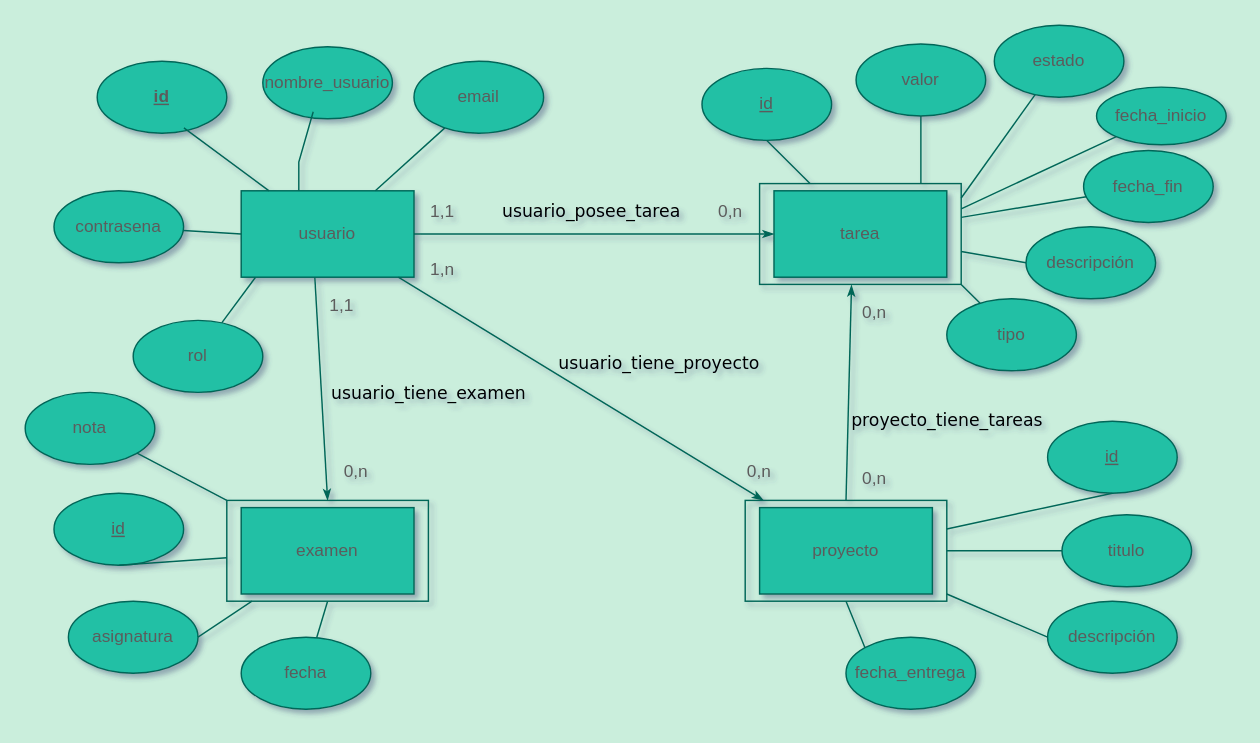
The draw.io diagram SQL/modeladoConceptual.drawio in bq0463/TFG2025, before the edit. Source tidied: cells renumbered, new cells numbered last; positions are measured from the earlier drawing's top-left corner, leaving out a move shared by most shapes. Both pictures are drawn from the tidied source at 144%, with x=0, y=0 at pixel (24, 24).
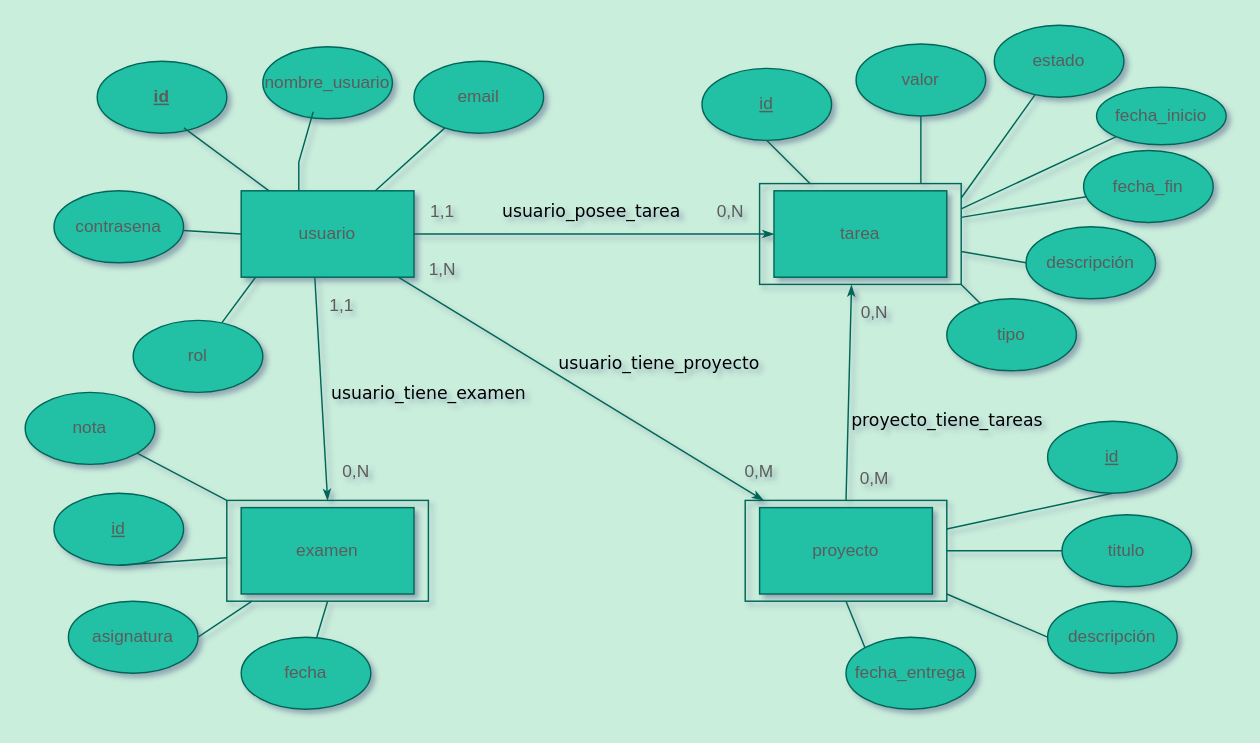
After the change.

Change to the diagram source:
```diff
@@
-    <mxCell id="4" value="0,n" style="text;html=1;align=center;verticalAlign=middle;whiteSpace=wrap;rounded=0;labelBackgroundColor=none;fontColor=#5C5C5C;" parent="1" vertex="1">
+    <mxCell id="4" value="0,N" style="text;html=1;align=center;verticalAlign=middle;whiteSpace=wrap;rounded=0;labelBackgroundColor=none;fontColor=#5C5C5C;" parent="1" vertex="1">
       <mxGeometry x="460" y="115" width="60" height="30" as="geometry" />
     </mxCell>
@@
-    <mxCell id="34" value="0,n" style="text;html=1;align=center;verticalAlign=middle;whiteSpace=wrap;rounded=0;labelBackgroundColor=none;fontColor=#5C5C5C;" parent="1" vertex="1">
+    <mxCell id="34" value="0,N" style="text;html=1;align=center;verticalAlign=middle;whiteSpace=wrap;rounded=0;labelBackgroundColor=none;fontColor=#5C5C5C;" parent="1" vertex="1">
       <mxGeometry x="200" y="295" width="60" height="30" as="geometry" />
     </mxCell>
@@
-    <mxCell id="50" value="1,n" style="text;html=1;align=center;verticalAlign=middle;whiteSpace=wrap;rounded=0;labelBackgroundColor=none;fontColor=#5C5C5C;" parent="1" vertex="1">
+    <mxCell id="50" value="1,N" style="text;html=1;align=center;verticalAlign=middle;whiteSpace=wrap;rounded=0;labelBackgroundColor=none;fontColor=#5C5C5C;" parent="1" vertex="1">
       <mxGeometry x="260" y="155" width="60" height="30" as="geometry" />
     </mxCell>
-    <mxCell id="51" value="0,n" style="text;html=1;align=center;verticalAlign=middle;whiteSpace=wrap;rounded=0;labelBackgroundColor=none;fontColor=#5C5C5C;" parent="1" vertex="1">
+    <mxCell id="51" value="0,M" style="text;html=1;align=center;verticalAlign=middle;whiteSpace=wrap;rounded=0;labelBackgroundColor=none;fontColor=#5C5C5C;" parent="1" vertex="1">
       <mxGeometry x="480" y="295" width="60" height="30" as="geometry" />
     </mxCell>
@@
-    <mxCell id="53" value="0,n" style="text;html=1;align=center;verticalAlign=middle;whiteSpace=wrap;rounded=0;labelBackgroundColor=none;fontColor=#5C5C5C;" parent="1" vertex="1">
+    <mxCell id="53" value="0,M" style="text;html=1;align=center;verticalAlign=middle;whiteSpace=wrap;rounded=0;labelBackgroundColor=none;fontColor=#5C5C5C;" parent="1" vertex="1">
       <mxGeometry x="560" y="300" width="60" height="30" as="geometry" />
     </mxCell>
-    <mxCell id="54" value="0,n" style="text;html=1;align=center;verticalAlign=middle;whiteSpace=wrap;rounded=0;labelBackgroundColor=none;fontColor=#5C5C5C;" parent="1" vertex="1">
+    <mxCell id="54" value="0,N" style="text;html=1;align=center;verticalAlign=middle;whiteSpace=wrap;rounded=0;labelBackgroundColor=none;fontColor=#5C5C5C;" parent="1" vertex="1">
       <mxGeometry x="560" y="185" width="60" height="30" as="geometry" />
     </mxCell>
```
